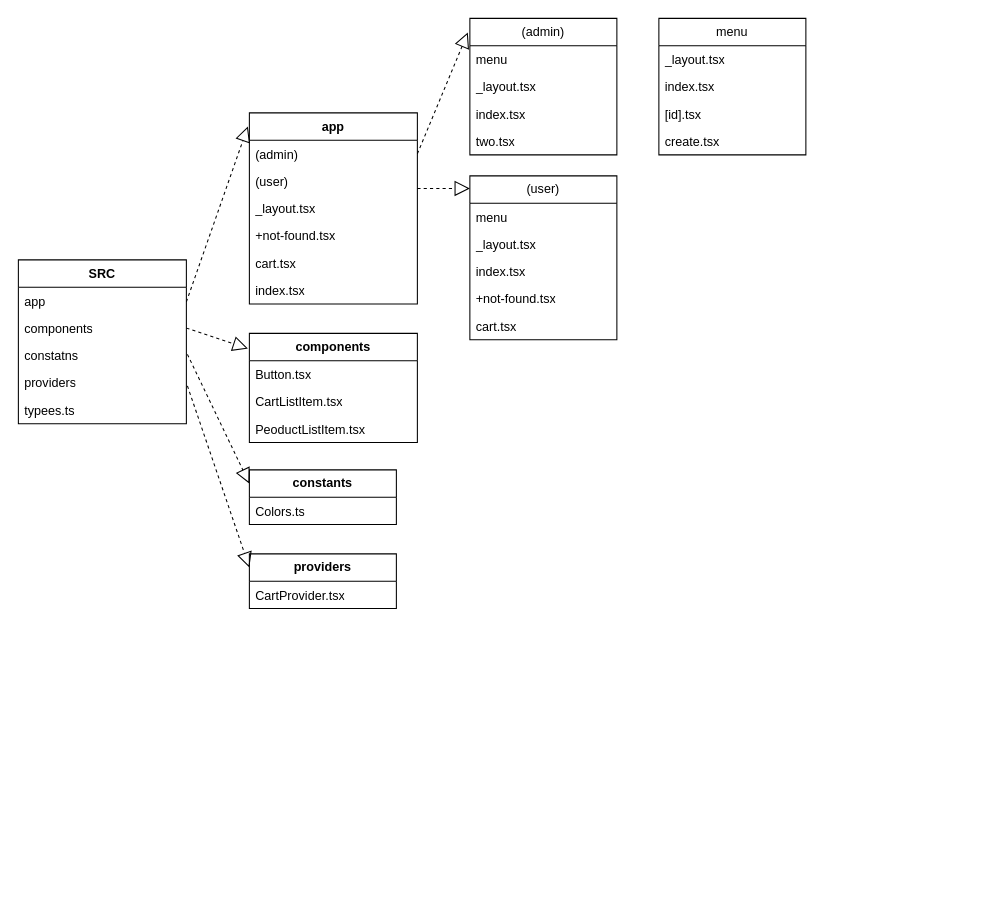
The draw.io diagram FoodOrdering.drawio in Lilall5829/Pizza-app, before the edit. Source tidied: cells renumbered, new cells numbered last; positions are measured from the earlier drawing's top-left corner, leaving out a move shared by most shapes. Both pictures are drawn from the tidied source at 105%, with x=0, y=0 at pixel (18, 18).
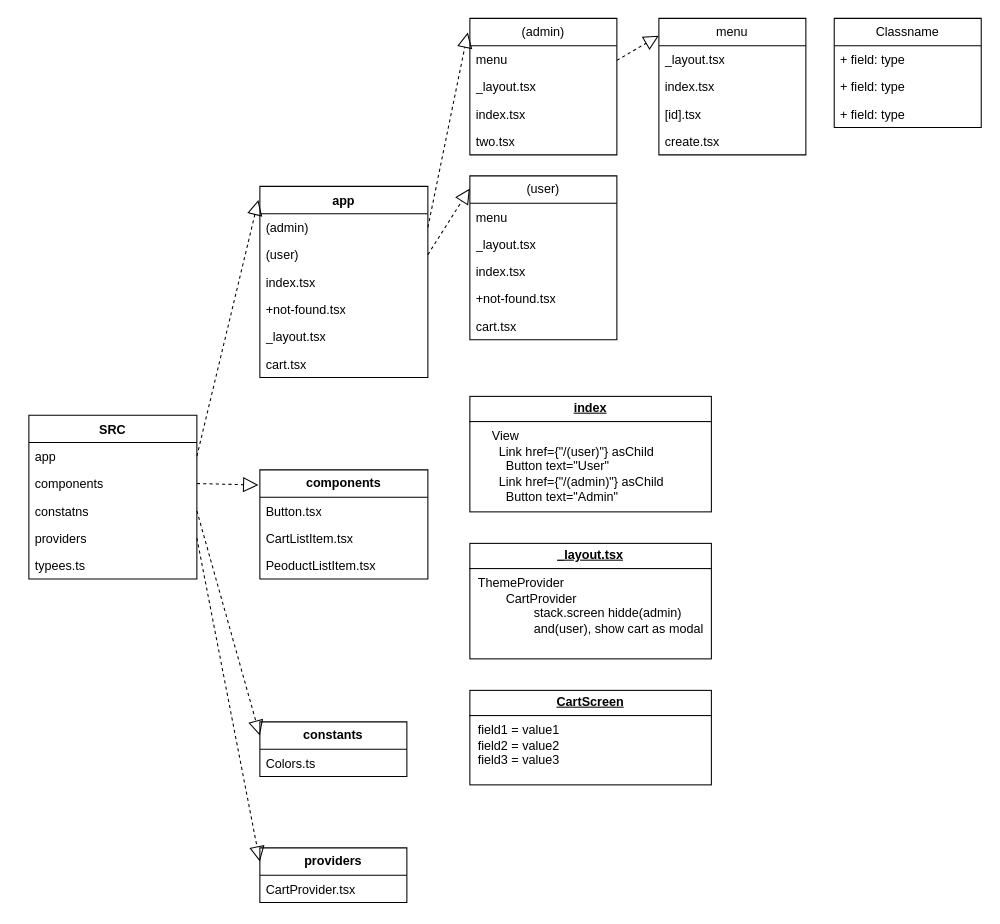
Above is the later version.

The change refers to these unchanged cells:
```xml
<mxCell id="3" value="app" style="text;strokeColor=none;fillColor=none;align=left;verticalAlign=top;spacingLeft=4;spacingRight=4;overflow=hidden;points=[[0,0.5],[1,0.5]];portConstraint=eastwest;whiteSpace=wrap;html=1;" parent="2" vertex="1">
  <mxGeometry y="26" width="160" height="26" as="geometry" />
</mxCell>
<mxCell id="5" value="constatns&lt;span style=&quot;white-space: pre;&quot;&gt;&#9;&lt;/span&gt;" style="text;strokeColor=none;fillColor=none;align=left;verticalAlign=top;spacingLeft=4;spacingRight=4;overflow=hidden;points=[[0,0.5],[1,0.5]];portConstraint=eastwest;whiteSpace=wrap;html=1;" parent="2" vertex="1">
  <mxGeometry y="78" width="160" height="26" as="geometry" />
</mxCell>
<mxCell id="6" value="providers" style="text;strokeColor=none;fillColor=none;align=left;verticalAlign=top;spacingLeft=4;spacingRight=4;overflow=hidden;points=[[0,0.5],[1,0.5]];portConstraint=eastwest;whiteSpace=wrap;html=1;" parent="2" vertex="1">
  <mxGeometry y="104" width="160" height="26" as="geometry" />
</mxCell>
<mxCell id="9" value="(admin)" style="text;strokeColor=none;fillColor=none;align=left;verticalAlign=top;spacingLeft=4;spacingRight=4;overflow=hidden;points=[[0,0.5],[1,0.5]];portConstraint=eastwest;whiteSpace=wrap;html=1;" parent="8" vertex="1">
  <mxGeometry y="26" width="160" height="26" as="geometry" />
</mxCell>
<mxCell id="10" value="(user)" style="text;strokeColor=none;fillColor=none;align=left;verticalAlign=top;spacingLeft=4;spacingRight=4;overflow=hidden;points=[[0,0.5],[1,0.5]];portConstraint=eastwest;whiteSpace=wrap;html=1;" parent="8" vertex="1">
  <mxGeometry y="52" width="160" height="26" as="geometry" />
</mxCell>
<mxCell id="27" value="(admin)" style="swimlane;fontStyle=0;horizontal=1;startSize=26;fillColor=none;whiteSpace=wrap;html=1;" parent="1" vertex="1">
  <mxGeometry x="430" width="140" height="130" as="geometry" />
</mxCell>
<mxCell id="38" value="menu" style="swimlane;fontStyle=0;horizontal=1;startSize=26;fillColor=none;whiteSpace=wrap;html=1;" parent="1" vertex="1">
  <mxGeometry x="610" width="140" height="130" as="geometry" />
</mxCell>
```

Change to the diagram source:
```diff
@@
     <mxCell id="2" value="SRC" style="swimlane;fontStyle=1;align=center;verticalAlign=top;horizontal=1;startSize=26;whiteSpace=wrap;html=1;" parent="1" vertex="1">
-      <mxGeometry y="230" width="160" height="156" as="geometry" />
+      <mxGeometry x="10" y="378" width="160" height="156" as="geometry" />
     </mxCell>
@@
     <mxCell id="8" value="app" style="swimlane;fontStyle=1;align=center;verticalAlign=top;horizontal=1;startSize=26;whiteSpace=wrap;html=1;" parent="1" vertex="1">
-      <mxGeometry x="220" y="90" width="160" height="182" as="geometry" />
+      <mxGeometry x="230" y="160" width="160" height="182" as="geometry" />
     </mxCell>
@@
-    <mxCell id="11" value="_layout.tsx" style="text;strokeColor=none;fillColor=none;align=left;verticalAlign=top;spacingLeft=4;spacingRight=4;overflow=hidden;whiteSpace=wrap;html=1;" parent="8" vertex="1">
+    <mxCell id="11" value="index.tsx" style="text;strokeColor=none;fillColor=none;align=left;verticalAlign=top;spacingLeft=4;spacingRight=4;overflow=hidden;whiteSpace=wrap;html=1;" parent="8" vertex="1">
       <mxGeometry y="78" width="160" height="26" as="geometry" />
     </mxCell>
@@
-    <mxCell id="13" value="cart.tsx" style="text;strokeColor=none;fillColor=none;align=left;verticalAlign=top;spacingLeft=4;spacingRight=4;overflow=hidden;whiteSpace=wrap;html=1;" parent="8" vertex="1">
+    <mxCell id="13" value="_layout.tsx" style="text;strokeColor=none;fillColor=none;align=left;verticalAlign=top;spacingLeft=4;spacingRight=4;overflow=hidden;whiteSpace=wrap;html=1;" parent="8" vertex="1">
       <mxGeometry y="130" width="160" height="26" as="geometry" />
     </mxCell>
-    <mxCell id="14" value="index.tsx" style="text;strokeColor=none;fillColor=none;align=left;verticalAlign=top;spacingLeft=4;spacingRight=4;overflow=hidden;whiteSpace=wrap;html=1;" parent="8" vertex="1">
+    <mxCell id="14" value="cart.tsx" style="text;strokeColor=none;fillColor=none;align=left;verticalAlign=top;spacingLeft=4;spacingRight=4;overflow=hidden;whiteSpace=wrap;html=1;" parent="8" vertex="1">
       <mxGeometry y="156" width="160" height="26" as="geometry" />
     </mxCell>
     <mxCell id="15" value="&lt;b&gt;components&lt;/b&gt;" style="swimlane;fontStyle=0;horizontal=1;startSize=26;fillColor=none;whiteSpace=wrap;html=1;" parent="1" vertex="1">
-      <mxGeometry x="220" y="300" width="160" height="104" as="geometry" />
+      <mxGeometry x="230" y="430" width="160" height="104" as="geometry" />
     </mxCell>
@@
     <mxCell id="19" value="&lt;b&gt;constants&lt;/b&gt;" style="swimlane;fontStyle=0;horizontal=1;startSize=26;fillColor=none;whiteSpace=wrap;html=1;" parent="1" vertex="1">
-      <mxGeometry x="220" y="430" width="140" height="52" as="geometry" />
+      <mxGeometry x="230" y="670" width="140" height="52" as="geometry" />
     </mxCell>
@@
     <mxCell id="21" value="&lt;b&gt;providers&lt;/b&gt;" style="swimlane;fontStyle=0;horizontal=1;startSize=26;fillColor=none;whiteSpace=wrap;html=1;" parent="1" vertex="1">
-      <mxGeometry x="220" y="510" width="140" height="52" as="geometry" />
+      <mxGeometry x="230" y="790" width="140" height="52" as="geometry" />
     </mxCell>
@@
-    <mxCell id="23" style="endArrow=block;dashed=1;endFill=0;endSize=12;html=1;rounded=0;entryX=-0.009;entryY=0.071;entryDx=0;entryDy=0;entryPerimeter=0;" parent="1" edge="1" target="8">
-      <mxGeometry relative="1" as="geometry">
-        <mxPoint x="160" y="270" as="sourcePoint" />
-      </mxGeometry>
+    <mxCell id="23" style="endArrow=block;dashed=1;endFill=0;endSize=12;html=1;rounded=0;entryX=-0.009;entryY=0.071;entryDx=0;entryDy=0;entryPerimeter=0;exitX=1;exitY=0.5;exitDx=0;exitDy=0;" parent="1" edge="1" source="3" target="8">
+      <mxGeometry relative="1" as="geometry" />
     </mxCell>
@@
-    <mxCell id="25" style="endArrow=block;dashed=1;endFill=0;endSize=12;html=1;rounded=0;entryX=0;entryY=0.25;entryDx=0;entryDy=0;exitX=1;exitY=0.5;exitDx=0;exitDy=0;" parent="1" edge="1" target="19">
-      <mxGeometry relative="1" as="geometry">
-        <mxPoint x="161" y="320" as="sourcePoint" />
-      </mxGeometry>
+    <mxCell id="25" style="endArrow=block;dashed=1;endFill=0;endSize=12;html=1;rounded=0;entryX=0;entryY=0.25;entryDx=0;entryDy=0;exitX=1;exitY=0.5;exitDx=0;exitDy=0;" parent="1" edge="1" source="5" target="19">
+      <mxGeometry relative="1" as="geometry" />
     </mxCell>
-    <mxCell id="26" style="endArrow=block;dashed=1;endFill=0;endSize=12;html=1;rounded=0;entryX=0;entryY=0.25;entryDx=0;entryDy=0;exitX=1;exitY=0.5;exitDx=0;exitDy=0;" parent="1" edge="1" target="21">
-      <mxGeometry relative="1" as="geometry">
-        <mxPoint x="161" y="350" as="sourcePoint" />
-      </mxGeometry>
+    <mxCell id="26" style="endArrow=block;dashed=1;endFill=0;endSize=12;html=1;rounded=0;entryX=0;entryY=0.25;entryDx=0;entryDy=0;exitX=1;exitY=0.5;exitDx=0;exitDy=0;" parent="1" edge="1" source="6" target="21">
+      <mxGeometry relative="1" as="geometry" />
     </mxCell>
@@
-    <mxCell id="43" style="endArrow=block;dashed=1;endFill=0;endSize=12;html=1;rounded=0;entryX=-0.014;entryY=0.104;entryDx=0;entryDy=0;entryPerimeter=0;" parent="1" edge="1" target="27">
-      <mxGeometry relative="1" as="geometry">
-        <mxPoint x="380" y="129" as="sourcePoint" />
-      </mxGeometry>
+    <mxCell id="43" style="endArrow=block;dashed=1;endFill=0;endSize=12;html=1;rounded=0;entryX=-0.014;entryY=0.104;entryDx=0;entryDy=0;entryPerimeter=0;exitX=1;exitY=0.5;exitDx=0;exitDy=0;" parent="1" edge="1" source="9" target="27">
+      <mxGeometry relative="1" as="geometry" />
     </mxCell>
-    <mxCell id="44" style="endArrow=block;dashed=1;endFill=0;endSize=12;html=1;rounded=0;" parent="1" edge="1">
+    <mxCell id="44" style="endArrow=block;dashed=1;endFill=0;endSize=12;html=1;rounded=0;exitX=1;exitY=0.5;exitDx=0;exitDy=0;" parent="1" edge="1" source="10">
       <mxGeometry relative="1" as="geometry">
-        <mxPoint x="380" y="162" as="sourcePoint" />
         <mxPoint x="430" y="162" as="targetPoint" />
       </mxGeometry>
     </mxCell>
+    <mxCell id="45" style="endArrow=block;dashed=1;endFill=0;endSize=12;html=1;rounded=0;entryX=0;entryY=0.127;entryDx=0;entryDy=0;entryPerimeter=0;" parent="1" edge="1" target="38">
+      <mxGeometry relative="1" as="geometry">
+        <mxPoint x="570" y="40" as="sourcePoint" />
+      </mxGeometry>
+    </mxCell>
+    <mxCell id="46" value="Classname" style="swimlane;fontStyle=0;horizontal=1;startSize=26;fillColor=none;whiteSpace=wrap;html=1;" parent="1" vertex="1">
+      <mxGeometry x="777" width="140" height="104" as="geometry" />
+    </mxCell>
+    <mxCell id="47" value="+ field: type" style="text;strokeColor=none;fillColor=none;align=left;verticalAlign=top;spacingLeft=4;spacingRight=4;overflow=hidden;whiteSpace=wrap;html=1;" parent="46" vertex="1">
+      <mxGeometry y="26" width="140" height="26" as="geometry" />
+    </mxCell>
+    <mxCell id="48" value="+ field: type" style="text;strokeColor=none;fillColor=none;align=left;verticalAlign=top;spacingLeft=4;spacingRight=4;overflow=hidden;whiteSpace=wrap;html=1;" parent="46" vertex="1">
+      <mxGeometry y="52" width="140" height="26" as="geometry" />
+    </mxCell>
+    <mxCell id="49" value="+ field: type" style="text;strokeColor=none;fillColor=none;align=left;verticalAlign=top;spacingLeft=4;spacingRight=4;overflow=hidden;whiteSpace=wrap;html=1;" parent="46" vertex="1">
+      <mxGeometry y="78" width="140" height="26" as="geometry" />
+    </mxCell>
+    <mxCell id="50" value="&lt;p style=&quot;margin:0px;margin-top:4px;text-align:center;text-decoration:underline;&quot;&gt;&lt;b&gt;_layout.tsx&lt;/b&gt;&lt;/p&gt;&lt;hr size=&quot;1&quot; style=&quot;border-style:solid;&quot;&gt;&lt;p style=&quot;margin:0px;margin-left:8px;&quot;&gt;ThemeProvider&lt;/p&gt;&lt;p style=&quot;margin:0px;margin-left:8px;&quot;&gt;&lt;span style=&quot;white-space: pre;&quot;&gt;&#9;&lt;/span&gt;CartProvider&lt;br&gt;&lt;/p&gt;&lt;p style=&quot;margin:0px;margin-left:8px;&quot;&gt;&lt;span style=&quot;white-space: pre;&quot;&gt;&#9;&lt;/span&gt;&lt;span style=&quot;white-space: pre;&quot;&gt;&#9;&lt;/span&gt;stack.screen hidde(admin)&amp;nbsp; &lt;span style=&quot;white-space: pre;&quot;&gt;&#9;&lt;/span&gt;&lt;span style=&quot;white-space: pre;&quot;&gt;&#9;&lt;/span&gt;and(user), show cart as modal&lt;br&gt;&lt;/p&gt;&lt;p style=&quot;margin:0px;margin-left:8px;&quot;&gt;&lt;br&gt;&lt;/p&gt;" style="verticalAlign=top;align=left;overflow=fill;html=1;whiteSpace=wrap;" parent="1" vertex="1">
+      <mxGeometry x="430" y="500" width="230" height="110" as="geometry" />
+    </mxCell>
+    <mxCell id="51" value="&lt;p style=&quot;margin:0px;margin-top:4px;text-align:center;text-decoration:underline;&quot;&gt;&lt;b&gt;index&lt;/b&gt;&lt;/p&gt;&lt;hr size=&quot;1&quot; style=&quot;border-style:solid;&quot;&gt;&lt;p style=&quot;margin:0px;margin-left:8px;&quot;&gt;&amp;nbsp; &amp;nbsp; View&lt;/p&gt;&lt;p style=&quot;margin:0px;margin-left:8px;&quot;&gt;&amp;nbsp; &amp;nbsp; &amp;nbsp; Link href={&quot;/(user)&quot;} asChild&lt;/p&gt;&lt;p style=&quot;margin:0px;margin-left:8px;&quot;&gt;&amp;nbsp; &amp;nbsp; &amp;nbsp; &amp;nbsp; Button text=&quot;User&quot;&amp;nbsp;&lt;/p&gt;&lt;p style=&quot;margin:0px;margin-left:8px;&quot;&gt;&lt;span style=&quot;background-color: initial;&quot;&gt;&amp;nbsp; &amp;nbsp; &amp;nbsp; Link href={&quot;/(admin)&quot;} asChild&lt;/span&gt;&lt;br&gt;&lt;/p&gt;&lt;p style=&quot;margin:0px;margin-left:8px;&quot;&gt;&amp;nbsp; &amp;nbsp; &amp;nbsp; &amp;nbsp; Button text=&quot;Admin&quot;&lt;/p&gt;&lt;p style=&quot;margin:0px;margin-left:8px;&quot;&gt;&lt;br&gt;&lt;/p&gt;" style="verticalAlign=top;align=left;overflow=fill;html=1;whiteSpace=wrap;" parent="1" vertex="1">
+      <mxGeometry x="430" y="360" width="230" height="110" as="geometry" />
+    </mxCell>
+    <mxCell id="52" value="&lt;p style=&quot;margin:0px;margin-top:4px;text-align:center;text-decoration:underline;&quot;&gt;&lt;b&gt;CartScreen&lt;/b&gt;&lt;/p&gt;&lt;hr size=&quot;1&quot; style=&quot;border-style:solid;&quot;&gt;&lt;p style=&quot;margin:0px;margin-left:8px;&quot;&gt;field1 = value1&lt;br&gt;field2 = value2&lt;br&gt;field3 = value3&lt;/p&gt;" style="verticalAlign=top;align=left;overflow=fill;html=1;whiteSpace=wrap;" parent="1" vertex="1">
+      <mxGeometry x="430" y="640" width="230" height="90" as="geometry" />
+    </mxCell>
```
